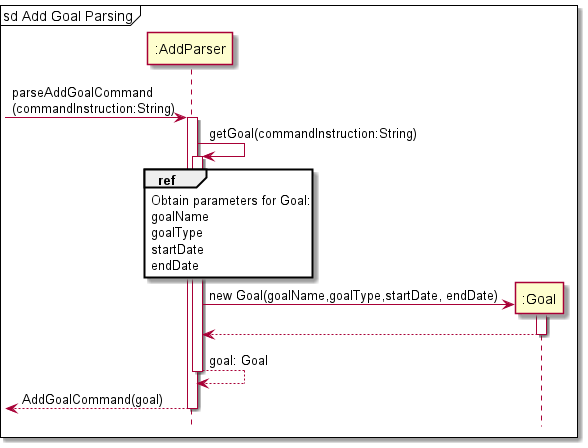
Earlier version of the PlantUML export docs/Diagram_Images/Implementation_Diagram_Images/AddGoalCommandParserSequenceDiagram.png (nus-cs2113-AY2122S1/tp). Its diagram source:
```plantuml
@startuml
!include Style.puml

mainframe sd Add Goal Parsing

-> ":AddParser": parseAddGoalCommand\n(commandInstruction:String)
activate ":AddParser"

":AddParser" -> ":AddParser": getGoal(commandInstruction:String)
activate ":AddParser"

ref over ":AddParser"
Obtain parameters for Goal:
goalName
goalType
startDate
endDate
end

create ":Goal"
":AddParser" -> ":Goal": new Goal(goalName,goalType,startDate, endDate)
activate ":Goal"
":Goal" --> ":AddParser":
deactivate ":Goal"

":AddParser" --> ":AddParser": goal: Goal
deactivate ":AddParser"

<-- ":AddParser": AddGoalCommand(goal)
deactivate ":AddParser"

@enduml
```
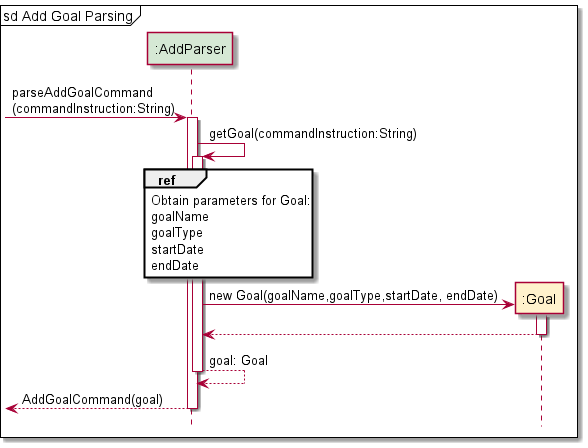
The same file after the commit.

Diff of the diagram source:
```diff
@@ -3,13 +3,16 @@
 
 mainframe sd Add Goal Parsing
 
--> ":AddParser": parseAddGoalCommand\n(commandInstruction:String)
-activate ":AddParser"
+participant ":AddParser" as AddParser PARSER_COLOUR
+participant ":Goal" as Goal GOAL_COLOUR
 
-":AddParser" -> ":AddParser": getGoal(commandInstruction:String)
-activate ":AddParser"
+-> AddParser: parseAddGoalCommand\n(commandInstruction:String)
+activate AddParser
 
-ref over ":AddParser"
+AddParser -> AddParser: getGoal(commandInstruction:String)
+activate AddParser
+
+ref over AddParser
 Obtain parameters for Goal:
 goalName
 goalType
@@ -17,16 +20,16 @@
 endDate
 end
 
-create ":Goal"
-":AddParser" -> ":Goal": new Goal(goalName,goalType,startDate, endDate)
-activate ":Goal"
-":Goal" --> ":AddParser":
-deactivate ":Goal"
+create Goal
+AddParser -> Goal: new Goal(goalName,goalType,startDate, endDate)
+activate Goal
+Goal --> AddParser:
+deactivate Goal
 
-":AddParser" --> ":AddParser": goal: Goal
-deactivate ":AddParser"
+AddParser --> AddParser: goal: Goal
+deactivate AddParser
 
-<-- ":AddParser": AddGoalCommand(goal)
-deactivate ":AddParser"
+<-- AddParser: AddGoalCommand(goal)
+deactivate AddParser
 
 @enduml
```
